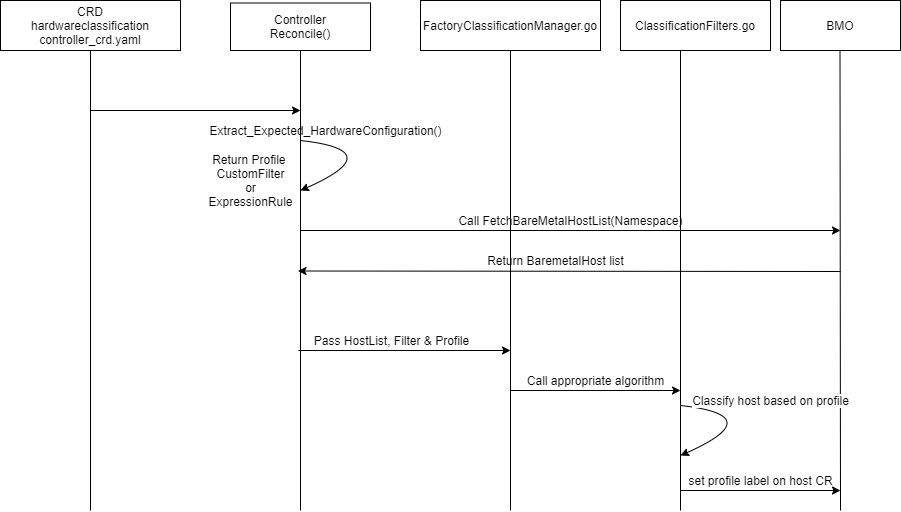
metal3-io/metal3-docs keeps this draw.io diagram as design/hwcc_sequence_diagram.png. Above is the earlier version. Source tidied: cells renumbered, new cells last; positions are measured from the earlier drawing's top-left corner, leaving out a move shared by most shapes.
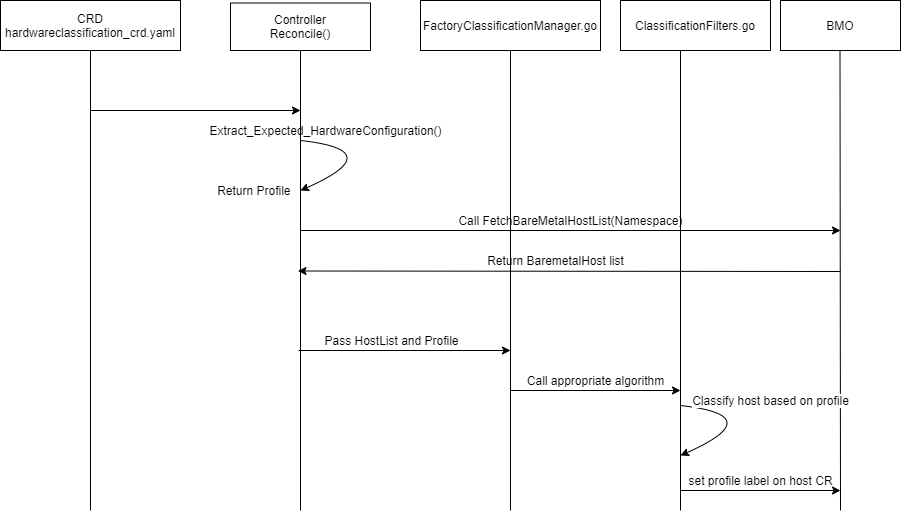
After the change.

Commit message:
Updated spec with implementation changes

Diff of the diagram source:
```diff
@@ -2,7 +2,7 @@
   <root>
     <mxCell id="0" />
     <mxCell id="1" parent="0" />
-    <mxCell id="2" value="CRD&lt;br&gt;hardwareclassification&lt;br&gt;controller_crd.yaml" style="rounded=0;whiteSpace=wrap;html=1;" parent="1" vertex="1">
+    <mxCell id="2" value="CRD&lt;br&gt;hardwareclassification_crd.yaml" style="rounded=0;whiteSpace=wrap;html=1;" parent="1" vertex="1">
       <mxGeometry width="180" height="50" as="geometry" />
     </mxCell>
     <mxCell id="3" style="endArrow=none;html=1;entryX=0.5;entryY=1;entryDx=0;entryDy=0;" parent="1" edge="1" target="2">
@@ -42,8 +42,8 @@
     <mxCell id="9" value="Extract_Expected_HardwareConfiguration()" style="text;html=1;align=center;verticalAlign=middle;" parent="1" vertex="1">
       <mxGeometry x="200" y="120" width="250" height="20" as="geometry" />
     </mxCell>
-    <mxCell id="10" value="Return Profile&amp;nbsp;&lt;br&gt;CustomFilter&lt;br&gt;or&lt;br&gt;ExpressionRule" style="text;html=1;align=center;verticalAlign=middle;" parent="1" vertex="1">
-      <mxGeometry x="200" y="150" width="100" height="60" as="geometry" />
+    <mxCell id="10" value="Return Profile&amp;nbsp;" style="text;html=1;align=center;verticalAlign=middle;" parent="1" vertex="1">
+      <mxGeometry x="210" y="180" width="90" height="20" as="geometry" />
     </mxCell>
     <mxCell id="11" value="Controller&lt;br&gt;Reconcile()" style="rounded=0;whiteSpace=wrap;html=1;" parent="1" vertex="1">
       <mxGeometry x="230" y="2.5" width="140" height="47.5" as="geometry" />
@@ -101,8 +101,8 @@
         <mxPoint x="510" y="350" as="targetPoint" />
       </mxGeometry>
     </mxCell>
-    <mxCell id="23" value="Pass HostList, Filter &amp;amp; Profile" style="text;html=1;align=center;verticalAlign=middle;" parent="1" vertex="1">
-      <mxGeometry x="306" y="330" width="170" height="20" as="geometry" />
+    <mxCell id="23" value="Pass HostList and Profile" style="text;html=1;align=center;verticalAlign=middle;" parent="1" vertex="1">
+      <mxGeometry x="316" y="330" width="150" height="20" as="geometry" />
     </mxCell>
     <mxCell id="24" value="Call appropriate algorithm" style="text;html=1;align=center;verticalAlign=middle;" parent="1" vertex="1">
       <mxGeometry x="520" y="370" width="150" height="20" as="geometry" />
```
